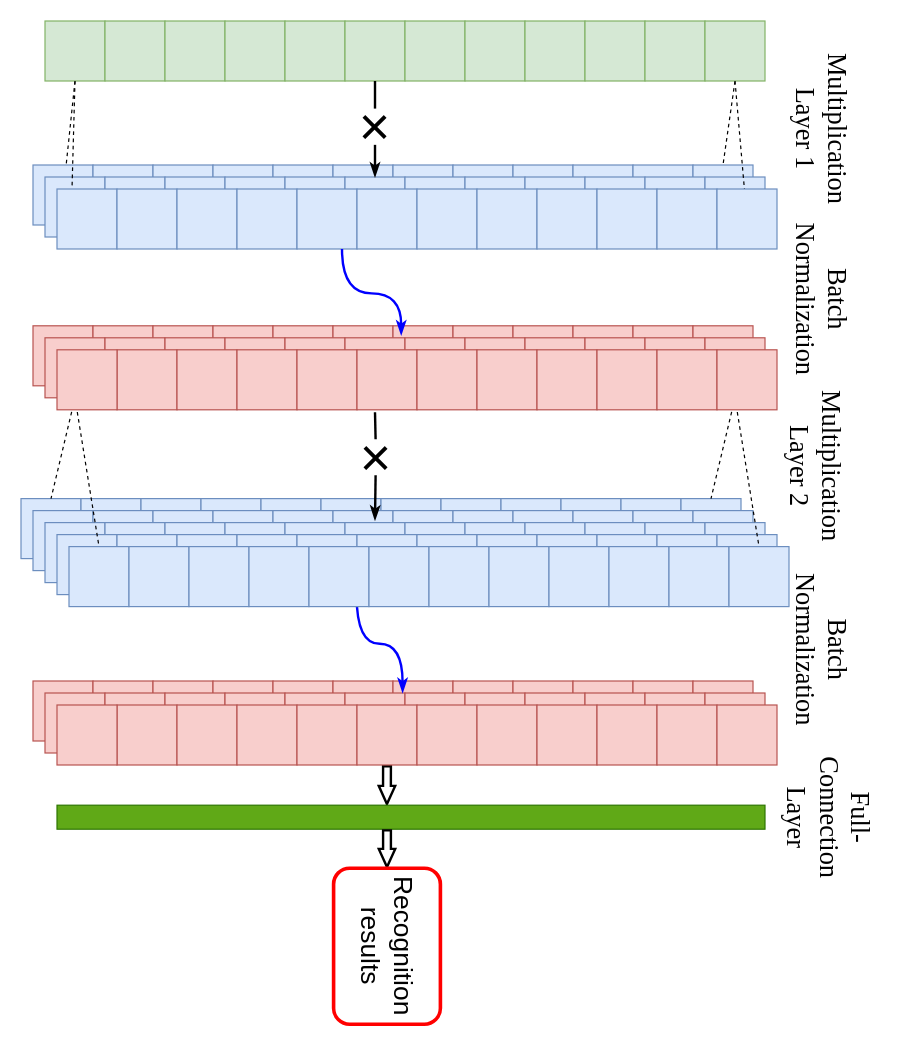
The draw.io diagram Untitled Diagram.drawio in 1009351456/Anonymous, before the edit. Source tidied: cells renumbered, new cells numbered last; positions are measured from the earlier drawing's top-left corner, leaving out a move shared by most shapes. Both pictures are drawn from the tidied source at 120%, with x=0, y=0 at pixel (20, 20).
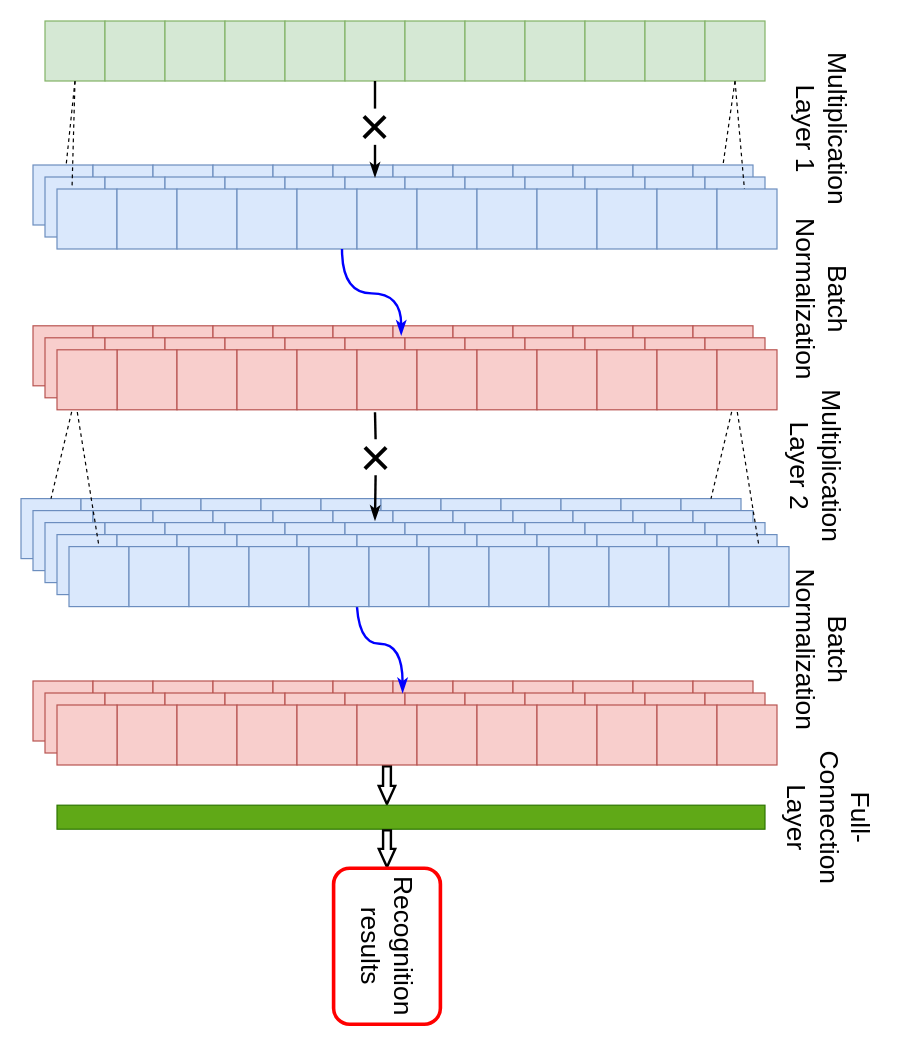
The same page after the edit.

What changed in the source:
```diff
@@
-    <mxCell id="107" value="Multiplication Layer 1" style="rounded=0;whiteSpace=wrap;html=1;fontSize=22;align=center;strokeColor=none;fontFamily=Times New Roman;rotation=90;" parent="1" vertex="1">
+    <mxCell id="107" value="Multiplication Layer 1" style="rounded=0;whiteSpace=wrap;html=1;fontSize=22;align=center;strokeColor=none;fontFamily=Helvetica;rotation=90;" parent="1" vertex="1">
       <mxGeometry x="620" y="66" width="94" height="48" as="geometry" />
     </mxCell>
-    <mxCell id="108" value="Batch Normalization&lt;br style=&quot;font-size: 22px;&quot;&gt;" style="rounded=0;whiteSpace=wrap;html=1;fontSize=22;align=center;strokeColor=none;fontFamily=Times New Roman;rotation=90;" parent="1" vertex="1">
+    <mxCell id="108" value="Batch Normalization&lt;br style=&quot;font-size: 22px;&quot;&gt;" style="rounded=0;whiteSpace=wrap;html=1;fontSize=22;align=center;strokeColor=none;fontFamily=Helvetica;rotation=90;" parent="1" vertex="1">
       <mxGeometry x="620" y="208" width="94" height="48" as="geometry" />
     </mxCell>
@@
-    <mxCell id="198" value="Full-Connection&lt;br&gt;Layer&lt;br&gt;" style="rounded=0;whiteSpace=wrap;html=1;fontSize=22;align=center;strokeColor=none;fontFamily=Times New Roman;rotation=90;" parent="1" vertex="1">
+    <mxCell id="198" value="Full-Connection&lt;br&gt;Layer&lt;br&gt;" style="rounded=0;whiteSpace=wrap;html=1;fontSize=22;align=center;strokeColor=none;fontFamily=Helvetica;rotation=90;" parent="1" vertex="1">
       <mxGeometry x="626.5" y="648" width="94" height="31" as="geometry" />
     </mxCell>
@@
-    <mxCell id="204" value="Multiplication Layer 2" style="rounded=0;whiteSpace=wrap;html=1;fontSize=22;align=center;strokeColor=none;fontFamily=Times New Roman;rotation=90;" parent="1" vertex="1">
+    <mxCell id="204" value="Multiplication Layer 2" style="rounded=0;whiteSpace=wrap;html=1;fontSize=22;align=center;strokeColor=none;fontFamily=Helvetica;rotation=90;" parent="1" vertex="1">
       <mxGeometry x="615" y="347" width="94" height="48" as="geometry" />
     </mxCell>
-    <mxCell id="205" value="Batch Normalization&lt;br style=&quot;font-size: 22px;&quot;&gt;" style="rounded=0;whiteSpace=wrap;html=1;fontSize=22;align=center;strokeColor=none;fontFamily=Times New Roman;rotation=90;" parent="1" vertex="1">
+    <mxCell id="205" value="Batch Normalization&lt;br style=&quot;font-size: 22px;&quot;&gt;" style="rounded=0;whiteSpace=wrap;html=1;fontSize=22;align=center;strokeColor=none;fontFamily=Helvetica;rotation=90;" parent="1" vertex="1">
       <mxGeometry x="620" y="500" width="94" height="48" as="geometry" />
     </mxCell>
```
